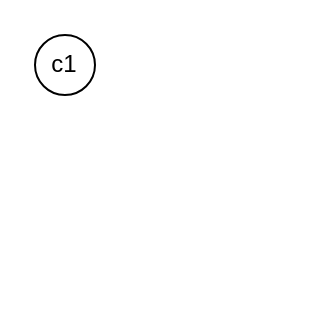
Eren-Jeager123/Algorithm keeps this draw.io diagram as 未命名绘图.drawio. Above is the earlier version. Source tidied: cells renumbered, new cells numbered last; positions are measured from the earlier drawing's top-left corner, leaving out a move shared by most shapes. Both pictures are drawn from the tidied source at 200%, with x=0, y=0 at pixel (34, 34).
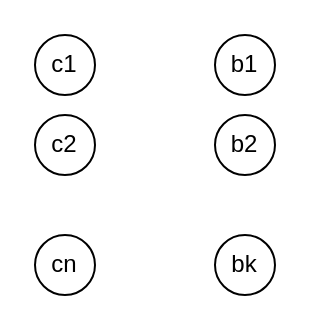
Above is the later version.

Commit message (it also covers changes not shown here):
更新未命名绘图.drawio

Diff of the diagram source:
```diff
@@
 <mxGraphModel>
   <root>
     <mxCell id="0" />
     <mxCell id="1" parent="0" />
     <mxCell id="2" value="c1" style="ellipse;whiteSpace=wrap;html=1;" parent="1" vertex="1">
       <mxGeometry width="30" height="30" as="geometry" />
     </mxCell>
+    <mxCell id="3" value="c2" style="ellipse;whiteSpace=wrap;html=1;" parent="1" vertex="1">
+      <mxGeometry y="40" width="30" height="30" as="geometry" />
+    </mxCell>
+    <mxCell id="4" value="cn" style="ellipse;whiteSpace=wrap;html=1;" parent="1" vertex="1">
+      <mxGeometry y="100" width="30" height="30" as="geometry" />
+    </mxCell>
+    <mxCell id="5" value="b1" style="ellipse;whiteSpace=wrap;html=1;" parent="1" vertex="1">
+      <mxGeometry x="90" width="30" height="30" as="geometry" />
+    </mxCell>
+    <mxCell id="6" value="b2" style="ellipse;whiteSpace=wrap;html=1;" parent="1" vertex="1">
+      <mxGeometry x="90" y="40" width="30" height="30" as="geometry" />
+    </mxCell>
+    <mxCell id="7" value="bk" style="ellipse;whiteSpace=wrap;html=1;" parent="1" vertex="1">
+      <mxGeometry x="90" y="100" width="30" height="30" as="geometry" />
+    </mxCell>
   </root>
 </mxGraphModel>
```
